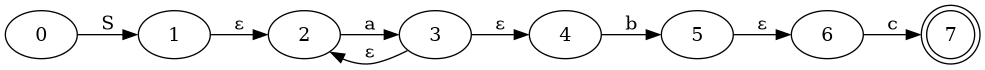
The Graphviz diagram automate.png in Daniel-Sima/Clone-of-the-egrep-UNIX-command, before a commit. Its source is kept beside it as automate.dot.
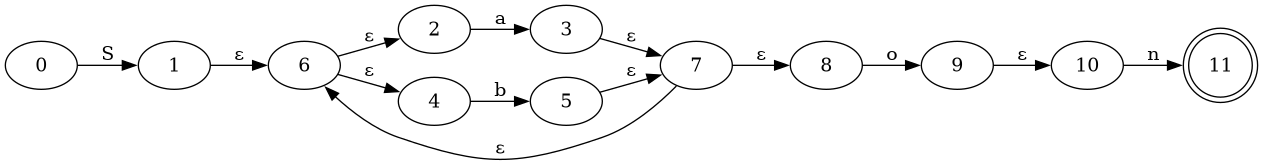
After the commit.

Diff of the diagram source:
```diff
@@ -1,13 +1,18 @@
 digraph {
 rankdir=LR;
-	7 [shape=doublecircle]
+	11 [shape=doublecircle]
 
 	0->1 [label= "S"];
 	2->3 [label= "a"];
-	3->2 [label= "ε", constraint="false"];
-	1->2 [label= "ε"];
 	4->5 [label= "b"];
-	3->4 [label= "ε"];
-	6->7 [label= "c"];
-	5->6 [label= "ε"];
+	6->2 [label= "ε"];
+	6->4 [label= "ε"];
+	3->7 [label= "ε"];
+	5->7 [label= "ε"];
+	7->6 [label= "ε", constraint="false"];
+	1->6 [label= "ε"];
+	8->9 [label= "o"];
+	7->8 [label= "ε"];
+	10->11 [label= "n"];
+	9->10 [label= "ε"];
 }
```
